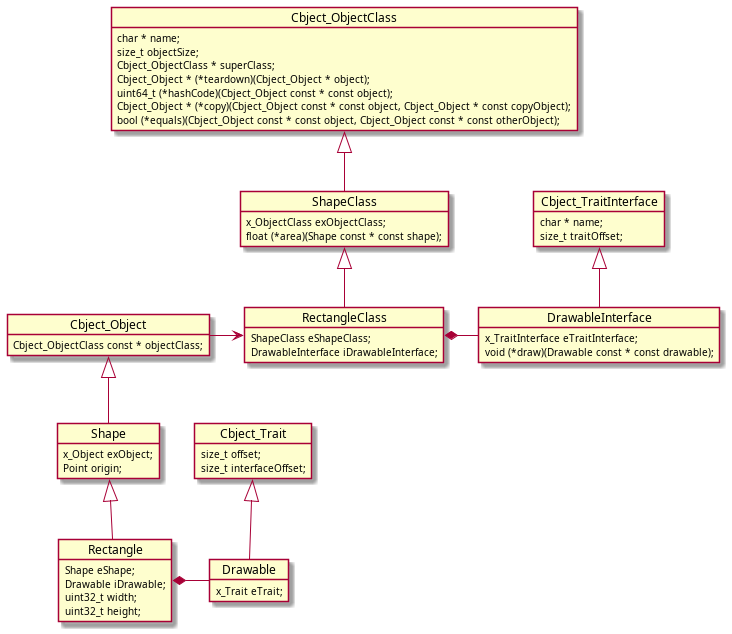
Before: docs/media/diag-rectangle-class-example.png, a diagram exported from PlantUML (alexmarincu/Cbject).
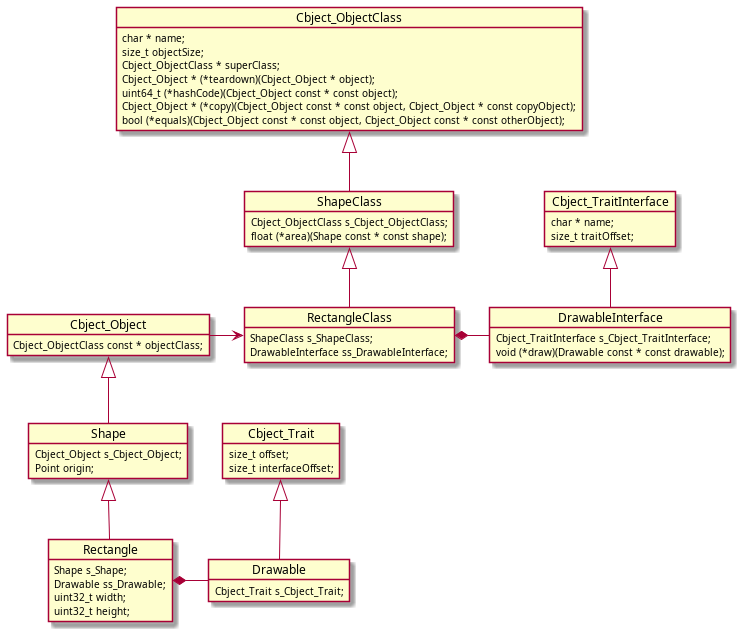
Later version of the same file.

The edit, as a diff of the source:
```diff
@@ -1,19 +1,19 @@
 @startuml
 object Rectangle {
-    Shape eShape;
-    Drawable iDrawable;
+    Shape s_Shape;
+    Drawable ss_Drawable;
     uint32_t width;
     uint32_t height;
 }
 object Shape {
-    x_Object exObject;
+    Cbject_Object s_Cbject_Object;
     Point origin;
 }
 object Drawable {
-    x_Trait eTrait;
+    Cbject_Trait s_Cbject_Trait;
 }
 object DrawableInterface {
-    x_TraitInterface eTraitInterface;
+    Cbject_TraitInterface s_Cbject_TraitInterface;
     void (*draw)(Drawable const * const drawable);
 }
 object Cbject_Trait {
@@ -21,8 +21,8 @@
     size_t interfaceOffset;
 }
 object RectangleClass {
-    ShapeClass eShapeClass;
-    DrawableInterface iDrawableInterface;
+    ShapeClass s_ShapeClass;
+    DrawableInterface ss_DrawableInterface;
 }
 object Cbject_TraitInterface {
     char * name;
@@ -32,7 +32,7 @@
     Cbject_ObjectClass const * objectClass;
 }
 object ShapeClass {
-    x_ObjectClass exObjectClass;
+    Cbject_ObjectClass s_Cbject_ObjectClass;
     float (*area)(Shape const * const shape);
 }
 object Cbject_ObjectClass {
```
